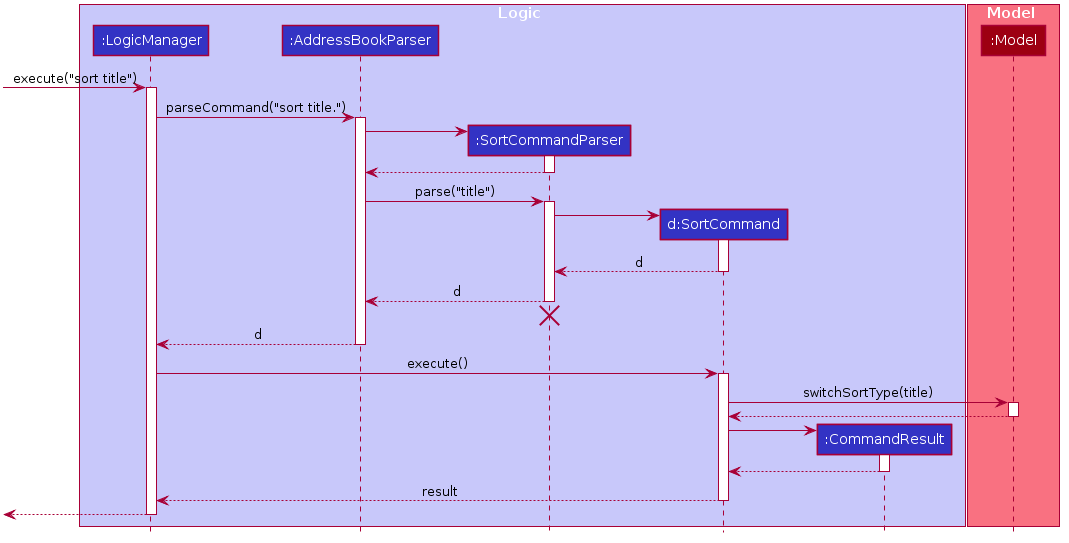
Above: docs/images/CalendarSequenceDiagram.png in nus-cs2103-AY1920S1/addressbook-level3 (PlantUML), before the change. Its diagram source:
```plantuml
@startuml








skinparam BackgroundColor #FFFFFFF

skinparam Shadowing false

skinparam Class {
    FontColor #FFFFFF
    BorderThickness 1
    BorderColor #FFFFFF
    StereotypeFontColor #FFFFFF
    FontName Arial
}

skinparam Actor {
    BorderColor #000000
    Color #000000
    FontName Arial
}

skinparam Sequence {
    MessageAlign center
    BoxFontSize 15
    BoxPadding 0
    BoxFontColor #FFFFFF
    FontName Arial
}

skinparam Participant {
    FontColor #FFFFFFF
    Padding 20
}

skinparam MinClassWidth 50
skinparam ParticipantPadding 10
skinparam Shadowing false
skinparam DefaultTextAlignment center
skinparam packageStyle Rectangle

hide footbox
hide members
hide circle


box Logic #C8C8FA
participant ":LogicManager" as LogicManager #3333C4
participant ":AddressBookParser" as AddressBookParser #3333C4
participant ":SortCommandParser" as SortCommandParser #3333C4
participant "d:SortCommand" as SortCommand #3333C4
participant ":CommandResult" as CommandResult #3333C4
end box

box Model #F97181
participant ":Model" as Model #9D0012
end box

[-> LogicManager : execute("sort title")
activate LogicManager

LogicManager -> AddressBookParser : parseCommand("sort title.")
activate AddressBookParser

create SortCommandParser
AddressBookParser -> SortCommandParser
activate SortCommandParser

SortCommandParser --> AddressBookParser
deactivate SortCommandParser

AddressBookParser -> SortCommandParser : parse("title")
activate SortCommandParser

create SortCommand
SortCommandParser -> SortCommand :
activate SortCommand

SortCommand --> SortCommandParser : d
deactivate SortCommand

SortCommandParser --> AddressBookParser : d
deactivate SortCommandParser
SortCommandParser -[hidden]-> AddressBookParser
destroy SortCommandParser

AddressBookParser --> LogicManager : d
deactivate AddressBookParser

LogicManager -> SortCommand : execute()
activate SortCommand

SortCommand -> Model : switchSortType(title)
activate Model

Model --> SortCommand
deactivate Model

create CommandResult
SortCommand -> CommandResult
activate CommandResult

CommandResult --> SortCommand
deactivate CommandResult

SortCommand --> LogicManager : result
deactivate SortCommand

[<--LogicManager
deactivate LogicManager
@enduml
```
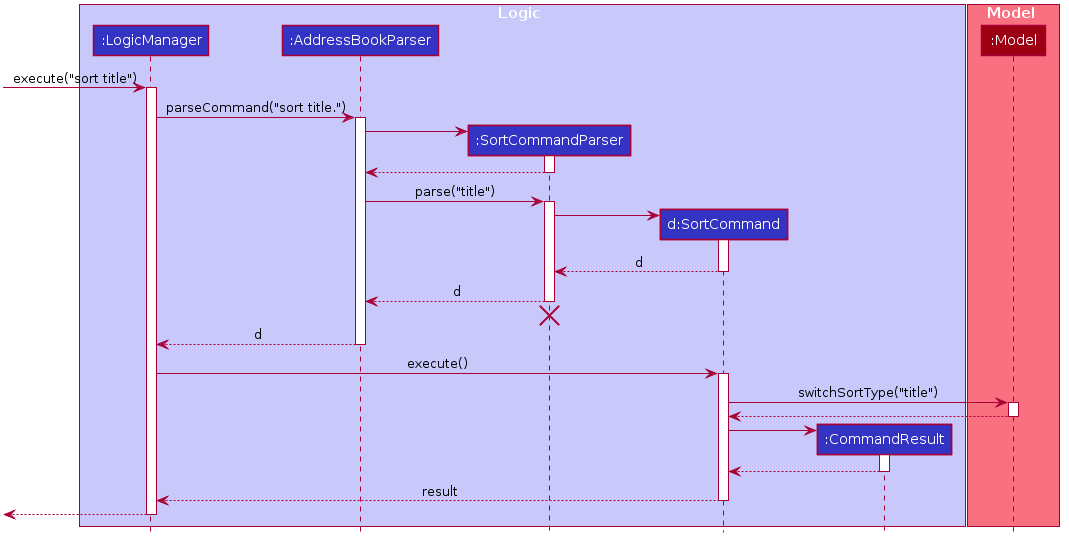
The same diagram one commit later.

Commit message:
Fix sequence diagram

What changed in the source:
```diff
@@ -95,7 +95,7 @@
 LogicManager -> SortCommand : execute()
 activate SortCommand
 
-SortCommand -> Model : switchSortType(title)
+SortCommand -> Model : switchSortType("title")
 activate Model
 
 Model --> SortCommand
```
